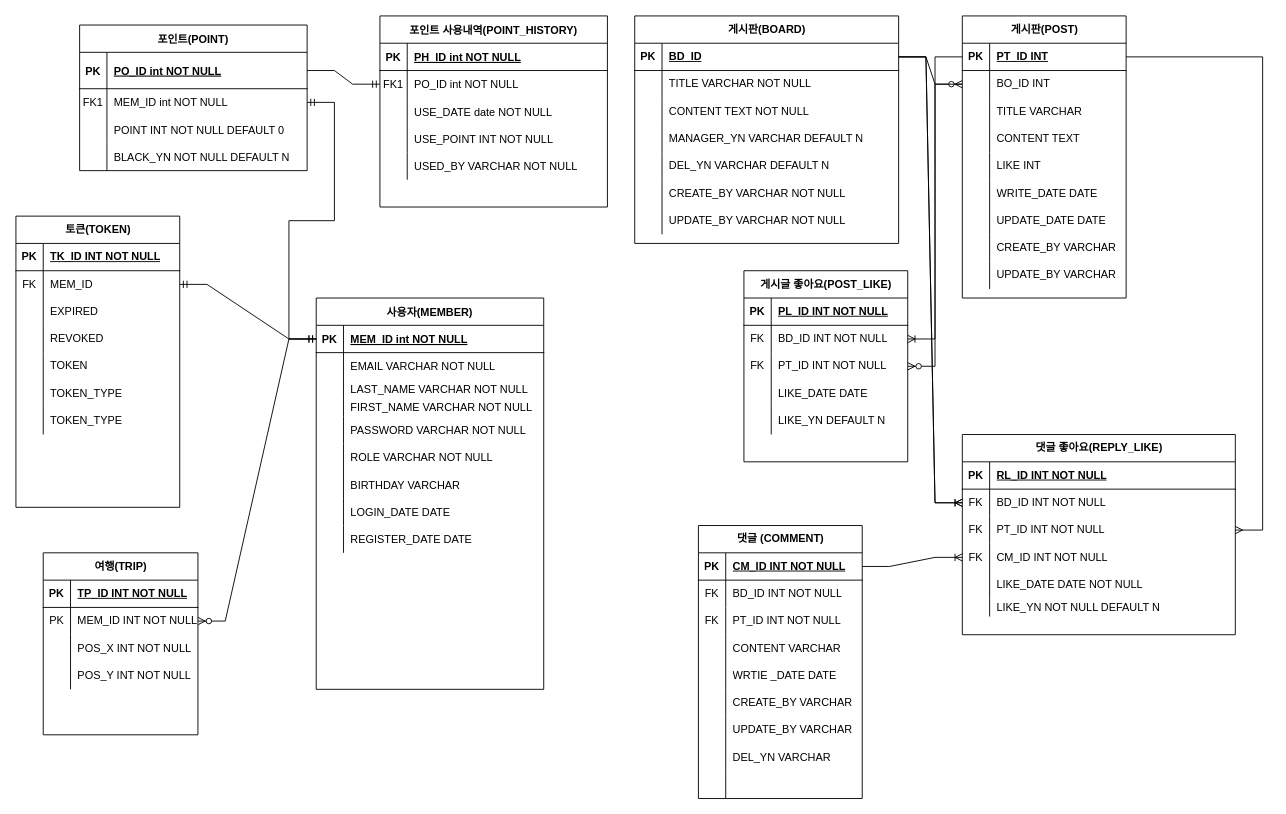
The draw.io diagram docs/나들이_ERD.drawio in DongJu-Na/Nadry, before the edit. Source tidied: cells renumbered, new cells numbered last; positions are measured from the earlier drawing's top-left corner, leaving out a move shared by most shapes. Both pictures are drawn from the tidied source at 91%, with x=0, y=0 at pixel (15, 15).
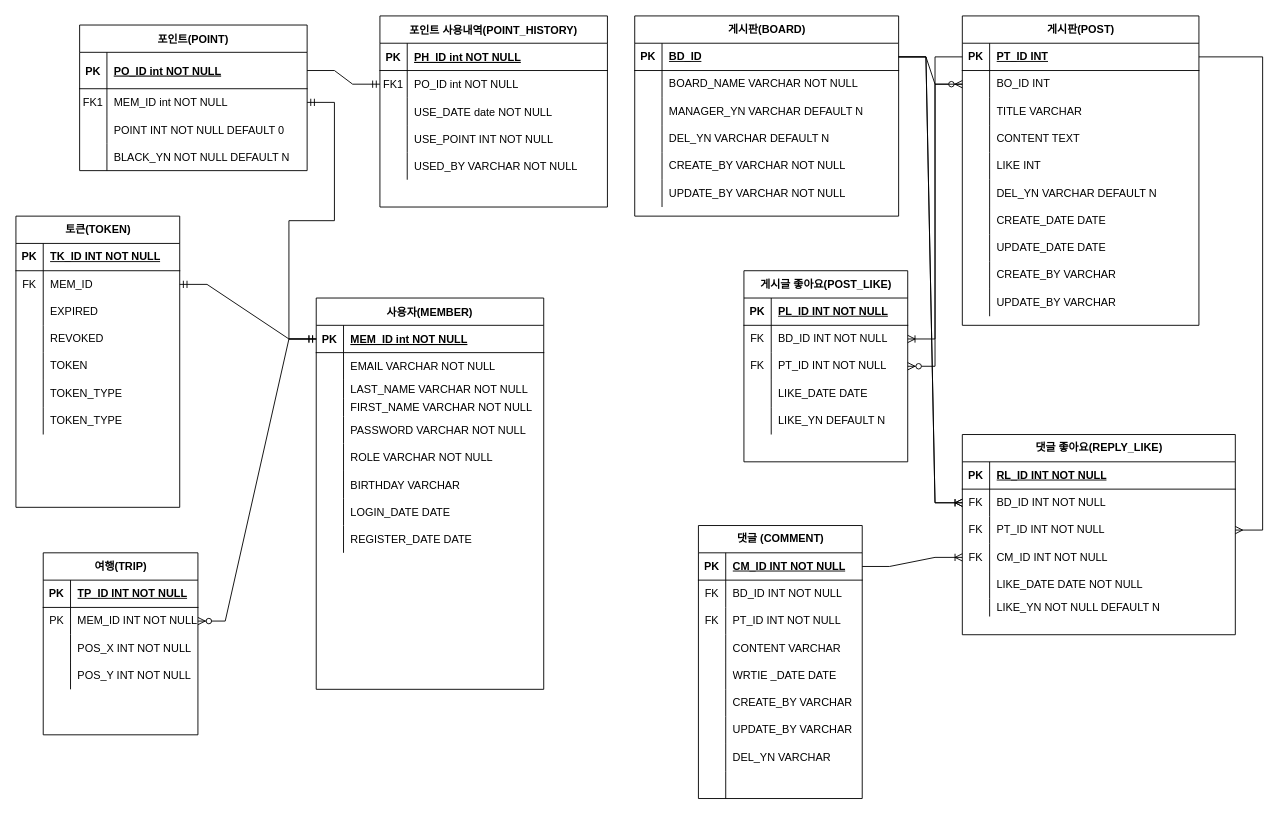
After the change.

The change refers to these unchanged cells:
```xml
<mxCell id="88" style="shape=tableRow;horizontal=0;startSize=0;swimlaneHead=0;swimlaneBody=0;fillColor=none;top=0;left=0;right=0;bottom=0;" parent="84" vertex="1">
  <mxGeometry y="60" width="290" height="30" as="geometry" />
</mxCell>
```

The edit, as a diff of the source:
```diff
@@
     <mxCell id="84" value="게시판(BOARD)" style="shape=table;startSize=30;childLayout=tableLayout;rowLines=0;fontStyle=1;align=center;html=1;" parent="1" vertex="1">
-      <mxGeometry x="680" width="290" height="250" as="geometry" />
+      <mxGeometry x="680" width="290" height="220" as="geometry" />
     </mxCell>
@@
-    <mxCell id="90" value="TITLE VARCHAR NOT NULL" style="shape=partialRectangle;fillColor=none;top=0;left=0;bottom=0;right=0;align=left;spacingLeft=6;overflow=hidden;whiteSpace=wrap;html=1;" parent="88" vertex="1">
+    <mxCell id="90" value="BOARD_NAME VARCHAR NOT NULL" style="shape=partialRectangle;fillColor=none;top=0;left=0;bottom=0;right=0;align=left;spacingLeft=6;overflow=hidden;whiteSpace=wrap;html=1;" parent="88" vertex="1">
       <mxGeometry x="30" width="260" height="30" as="geometry" />
     </mxCell>
-    <mxCell id="91" style="shape=tableRow;horizontal=0;startSize=0;swimlaneHead=0;swimlaneBody=0;fillColor=none;top=0;left=0;right=0;bottom=0;" parent="84" vertex="1">
-      <mxGeometry y="90" width="290" height="30" as="geometry" />
-    </mxCell>
-    <mxCell id="92" style="shape=partialRectangle;fillColor=none;top=0;left=0;bottom=0;right=0;overflow=hidden;whiteSpace=wrap;html=1;" parent="91" vertex="1">
-      <mxGeometry width="30" height="30" as="geometry" />
-    </mxCell>
-    <mxCell id="93" value="CONTENT TEXT NOT NULL" style="shape=partialRectangle;fillColor=none;top=0;left=0;bottom=0;right=0;align=left;spacingLeft=6;overflow=hidden;whiteSpace=wrap;html=1;" parent="91" vertex="1">
-      <mxGeometry x="30" width="260" height="30" as="geometry" />
-    </mxCell>
     <mxCell id="94" style="shape=tableRow;horizontal=0;startSize=0;swimlaneHead=0;swimlaneBody=0;fillColor=none;top=0;left=0;right=0;bottom=0;" parent="84" vertex="1">
-      <mxGeometry y="120" width="290" height="30" as="geometry" />
+      <mxGeometry y="90" width="290" height="30" as="geometry" />
     </mxCell>
@@
     <mxCell id="97" style="shape=tableRow;horizontal=0;startSize=0;swimlaneHead=0;swimlaneBody=0;fillColor=none;top=0;left=0;right=0;bottom=0;" parent="84" vertex="1">
-      <mxGeometry y="150" width="290" height="30" as="geometry" />
+      <mxGeometry y="120" width="290" height="30" as="geometry" />
     </mxCell>
@@
     <mxCell id="100" style="shape=tableRow;horizontal=0;startSize=0;swimlaneHead=0;swimlaneBody=0;fillColor=none;top=0;left=0;right=0;bottom=0;" parent="84" vertex="1">
-      <mxGeometry y="180" width="290" height="30" as="geometry" />
+      <mxGeometry y="150" width="290" height="30" as="geometry" />
     </mxCell>
@@
     <mxCell id="103" style="shape=tableRow;horizontal=0;startSize=0;swimlaneHead=0;swimlaneBody=0;fillColor=none;top=0;left=0;right=0;bottom=0;" parent="84" vertex="1">
-      <mxGeometry y="210" width="290" height="30" as="geometry" />
+      <mxGeometry y="180" width="290" height="30" as="geometry" />
     </mxCell>
@@
     <mxCell id="106" value="게시판(POST)" style="shape=table;startSize=30;childLayout=tableLayout;rowLines=0;fontStyle=1;align=center;html=1;" parent="1" vertex="1">
-      <mxGeometry x="1040" width="180" height="310" as="geometry" />
+      <mxGeometry x="1040" width="260" height="340" as="geometry" />
     </mxCell>
     <mxCell id="107" style="shape=tableRow;horizontal=0;startSize=0;swimlaneHead=0;swimlaneBody=0;fillColor=none;points=[[0,0.5],[1,0.5]];portConstraint=eastwest;top=0;left=0;right=0;bottom=1;" parent="106" vertex="1">
-      <mxGeometry y="30" width="180" height="30" as="geometry" />
+      <mxGeometry y="30" width="260" height="30" as="geometry" />
     </mxCell>
@@
     <mxCell id="109" value="PT_ID INT" style="shape=partialRectangle;fillColor=none;top=0;left=0;bottom=0;right=0;align=left;spacingLeft=6;fontStyle=5;overflow=hidden;whiteSpace=wrap;html=1;" parent="107" vertex="1">
-      <mxGeometry x="30" width="150" height="30" as="geometry" />
+      <mxGeometry x="30" width="230" height="30" as="geometry" />
     </mxCell>
     <mxCell id="110" style="shape=tableRow;horizontal=0;startSize=0;swimlaneHead=0;swimlaneBody=0;fillColor=none;points=[[0,0.5],[1,0.5]];portConstraint=eastwest;top=0;left=0;right=0;bottom=0;" parent="106" vertex="1">
-      <mxGeometry y="60" width="180" height="30" as="geometry" />
+      <mxGeometry y="60" width="260" height="30" as="geometry" />
     </mxCell>
@@
     <mxCell id="112" value="BO_ID INT" style="shape=partialRectangle;fillColor=none;top=0;left=0;bottom=0;right=0;align=left;spacingLeft=6;overflow=hidden;whiteSpace=wrap;html=1;" parent="110" vertex="1">
-      <mxGeometry x="30" width="150" height="30" as="geometry" />
+      <mxGeometry x="30" width="230" height="30" as="geometry" />
     </mxCell>
     <mxCell id="113" style="shape=tableRow;horizontal=0;startSize=0;swimlaneHead=0;swimlaneBody=0;fillColor=none;top=0;left=0;right=0;bottom=0;" parent="106" vertex="1">
-      <mxGeometry y="90" width="180" height="30" as="geometry" />
+      <mxGeometry y="90" width="260" height="30" as="geometry" />
     </mxCell>
@@
     <mxCell id="115" value="TITLE VARCHAR" style="shape=partialRectangle;fillColor=none;top=0;left=0;bottom=0;right=0;align=left;spacingLeft=6;overflow=hidden;whiteSpace=wrap;html=1;" parent="113" vertex="1">
-      <mxGeometry x="30" width="150" height="30" as="geometry" />
+      <mxGeometry x="30" width="230" height="30" as="geometry" />
     </mxCell>
     <mxCell id="116" style="shape=tableRow;horizontal=0;startSize=0;swimlaneHead=0;swimlaneBody=0;fillColor=none;top=0;left=0;right=0;bottom=0;" parent="106" vertex="1">
-      <mxGeometry y="120" width="180" height="30" as="geometry" />
+      <mxGeometry y="120" width="260" height="30" as="geometry" />
     </mxCell>
@@
     <mxCell id="118" value="CONTENT TEXT" style="shape=partialRectangle;fillColor=none;top=0;left=0;bottom=0;right=0;align=left;spacingLeft=6;overflow=hidden;whiteSpace=wrap;html=1;" parent="116" vertex="1">
-      <mxGeometry x="30" width="150" height="30" as="geometry" />
+      <mxGeometry x="30" width="230" height="30" as="geometry" />
     </mxCell>
     <mxCell id="119" style="shape=tableRow;horizontal=0;startSize=0;swimlaneHead=0;swimlaneBody=0;fillColor=none;top=0;left=0;right=0;bottom=0;" parent="106" vertex="1">
-      <mxGeometry y="150" width="180" height="30" as="geometry" />
+      <mxGeometry y="150" width="260" height="30" as="geometry" />
     </mxCell>
@@
     <mxCell id="121" value="LIKE INT" style="shape=partialRectangle;fillColor=none;top=0;left=0;bottom=0;right=0;align=left;spacingLeft=6;overflow=hidden;whiteSpace=wrap;html=1;" parent="119" vertex="1">
-      <mxGeometry x="30" width="150" height="30" as="geometry" />
+      <mxGeometry x="30" width="230" height="30" as="geometry" />
     </mxCell>
+    <mxCell id="218" style="shape=tableRow;horizontal=0;startSize=0;swimlaneHead=0;swimlaneBody=0;fillColor=none;top=0;left=0;right=0;bottom=0;" parent="106" vertex="1">
+      <mxGeometry y="180" width="260" height="30" as="geometry" />
+    </mxCell>
+    <mxCell id="92" style="shape=partialRectangle;fillColor=none;top=0;left=0;bottom=0;right=0;overflow=hidden;whiteSpace=wrap;html=1;" parent="218" vertex="1">
+      <mxGeometry width="30" height="30" as="geometry" />
+    </mxCell>
+    <mxCell id="219" value="DEL_YN VARCHAR DEFAULT N" style="shape=partialRectangle;fillColor=none;top=0;left=0;bottom=0;right=0;align=left;spacingLeft=6;overflow=hidden;whiteSpace=wrap;html=1;" parent="218" vertex="1">
+      <mxGeometry x="30" width="230" height="30" as="geometry" />
+    </mxCell>
     <mxCell id="122" style="shape=tableRow;horizontal=0;startSize=0;swimlaneHead=0;swimlaneBody=0;fillColor=none;top=0;left=0;right=0;bottom=0;" parent="106" vertex="1">
-      <mxGeometry y="180" width="180" height="30" as="geometry" />
+      <mxGeometry y="210" width="260" height="30" as="geometry" />
     </mxCell>
@@
-    <mxCell id="124" value="WRITE_DATE DATE" style="shape=partialRectangle;fillColor=none;top=0;left=0;bottom=0;right=0;align=left;spacingLeft=6;overflow=hidden;whiteSpace=wrap;html=1;" parent="122" vertex="1">
-      <mxGeometry x="30" width="150" height="30" as="geometry" />
+    <mxCell id="124" value="CREATE_DATE DATE" style="shape=partialRectangle;fillColor=none;top=0;left=0;bottom=0;right=0;align=left;spacingLeft=6;overflow=hidden;whiteSpace=wrap;html=1;" parent="122" vertex="1">
+      <mxGeometry x="30" width="230" height="30" as="geometry" />
     </mxCell>
     <mxCell id="125" style="shape=tableRow;horizontal=0;startSize=0;swimlaneHead=0;swimlaneBody=0;fillColor=none;top=0;left=0;right=0;bottom=0;" parent="106" vertex="1">
-      <mxGeometry y="210" width="180" height="30" as="geometry" />
+      <mxGeometry y="240" width="260" height="30" as="geometry" />
     </mxCell>
@@
     <mxCell id="127" value="UPDATE_DATE DATE" style="shape=partialRectangle;fillColor=none;top=0;left=0;bottom=0;right=0;align=left;spacingLeft=6;overflow=hidden;whiteSpace=wrap;html=1;" parent="125" vertex="1">
-      <mxGeometry x="30" width="150" height="30" as="geometry" />
+      <mxGeometry x="30" width="230" height="30" as="geometry" />
     </mxCell>
     <mxCell id="128" style="shape=tableRow;horizontal=0;startSize=0;swimlaneHead=0;swimlaneBody=0;fillColor=none;top=0;left=0;right=0;bottom=0;" parent="106" vertex="1">
-      <mxGeometry y="240" width="180" height="30" as="geometry" />
+      <mxGeometry y="270" width="260" height="30" as="geometry" />
     </mxCell>
@@
     <mxCell id="130" value="CREATE_BY VARCHAR" style="shape=partialRectangle;fillColor=none;top=0;left=0;bottom=0;right=0;align=left;spacingLeft=6;overflow=hidden;whiteSpace=wrap;html=1;" parent="128" vertex="1">
-      <mxGeometry x="30" width="150" height="30" as="geometry" />
+      <mxGeometry x="30" width="230" height="30" as="geometry" />
     </mxCell>
     <mxCell id="131" style="shape=tableRow;horizontal=0;startSize=0;swimlaneHead=0;swimlaneBody=0;fillColor=none;top=0;left=0;right=0;bottom=0;" parent="106" vertex="1">
-      <mxGeometry y="270" width="180" height="30" as="geometry" />
+      <mxGeometry y="300" width="260" height="30" as="geometry" />
     </mxCell>
@@
     <mxCell id="133" value="UPDATE_BY VARCHAR" style="shape=partialRectangle;fillColor=none;top=0;left=0;bottom=0;right=0;align=left;spacingLeft=6;overflow=hidden;whiteSpace=wrap;html=1;" parent="131" vertex="1">
-      <mxGeometry x="30" width="150" height="30" as="geometry" />
+      <mxGeometry x="30" width="230" height="30" as="geometry" />
     </mxCell>
```
